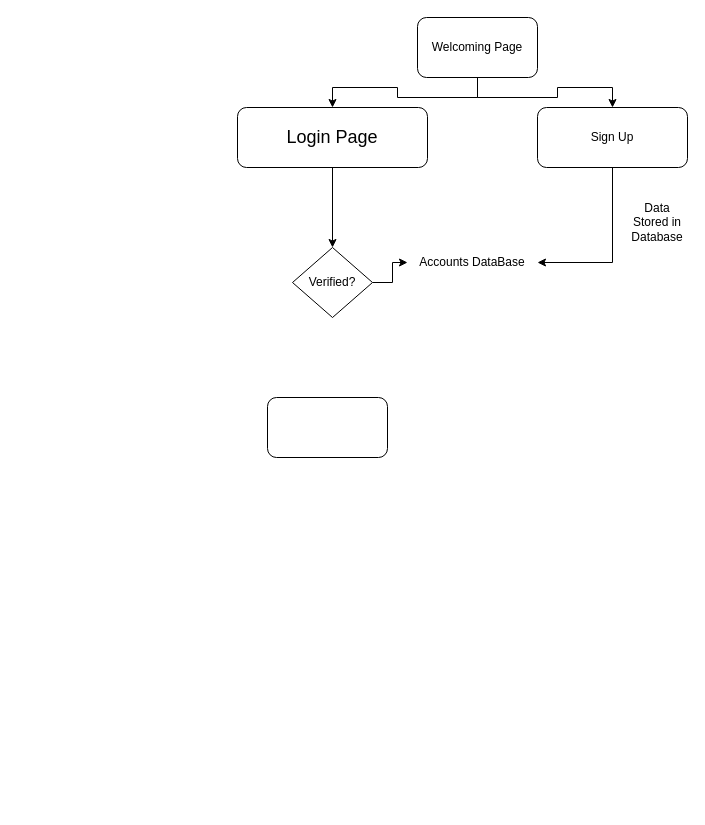
This is FlowChart.drawio from PradeepSahhu/LibraryManagementSystem, a draw.io file, before an edit. Source tidied: cells renumbered, new cells numbered last; positions are measured from the earlier drawing's top-left corner, leaving out a move shared by most shapes. Both pictures are drawn from the tidied source at 100%, with x=0, y=0 at pixel (237, 17).
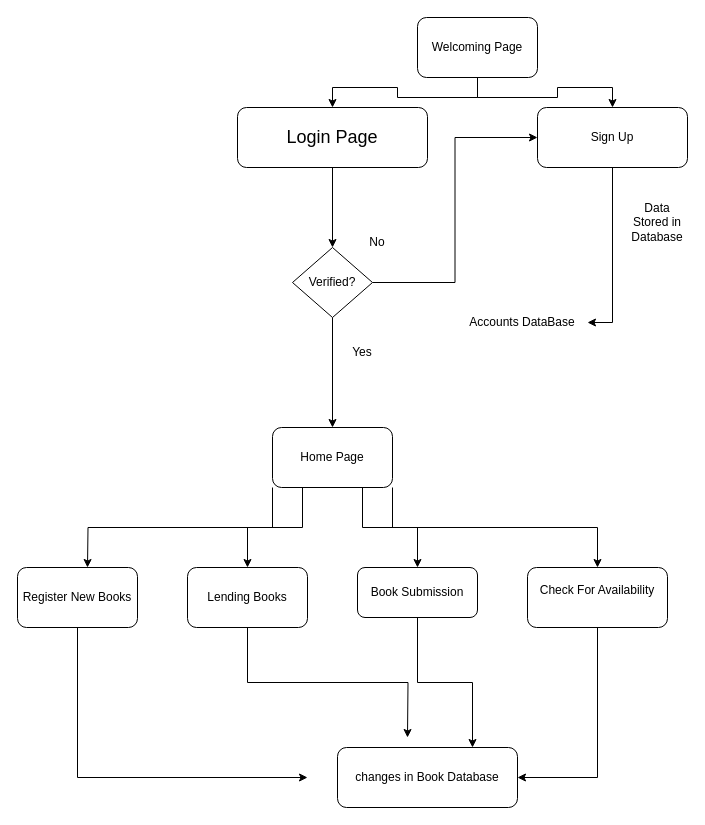
The same page after the edit.

The change refers to these unchanged cells:
```xml
<mxCell id="5" value="Verified?" style="rhombus;whiteSpace=wrap;html=1;" parent="1" vertex="1">
  <mxGeometry x="55" y="230" width="80" height="70" as="geometry" />
</mxCell>
<mxCell id="9" value="Sign Up" style="rounded=1;whiteSpace=wrap;html=1;" parent="1" vertex="1">
  <mxGeometry x="300" y="90" width="150" height="60" as="geometry" />
</mxCell>
```

Change to the diagram source:
```diff
@@
-    <mxCell id="4" style="edgeStyle=orthogonalEdgeStyle;rounded=0;jettySize=auto;html=1;exitX=1;exitY=0.5;exitDx=0;exitDy=0;entryX=0;entryY=0.5;entryDx=0;entryDy=0;" parent="1" edge="1" source="5" target="6">
-      <mxGeometry relative="1" as="geometry" />
-    </mxCell>
+    <mxCell id="14" style="edgeStyle=orthogonalEdgeStyle;rounded=0;jettySize=auto;html=1;exitX=0.5;exitY=1;exitDx=0;exitDy=0;entryX=0.5;entryY=0;entryDx=0;entryDy=0;" parent="1" edge="1" source="5" target="7">
+      <mxGeometry relative="1" as="geometry" />
+    </mxCell>
+    <mxCell id="15" style="edgeStyle=orthogonalEdgeStyle;rounded=0;jettySize=auto;html=1;exitX=1;exitY=0.5;exitDx=0;exitDy=0;entryX=0;entryY=0.5;entryDx=0;entryDy=0;" parent="1" edge="1" source="5" target="9">
+      <mxGeometry relative="1" as="geometry" />
+    </mxCell>
@@
     <mxCell id="6" value="Accounts DataBase" style="text;html=1;align=center;verticalAlign=middle;whiteSpace=wrap;rounded=0;" parent="1" vertex="1">
-      <mxGeometry x="170" y="230" width="130" height="30" as="geometry" />
+      <mxGeometry x="220" y="290" width="130" height="30" as="geometry" />
     </mxCell>
+    <mxCell id="16" style="edgeStyle=orthogonalEdgeStyle;rounded=0;jettySize=auto;html=1;exitX=0;exitY=1;exitDx=0;exitDy=0;" parent="1" edge="1" source="7">
+      <mxGeometry relative="1" as="geometry">
+        <mxPoint x="-150" y="550" as="targetPoint" />
+      </mxGeometry>
+    </mxCell>
+    <mxCell id="17" style="edgeStyle=orthogonalEdgeStyle;rounded=0;jettySize=auto;html=1;exitX=0.25;exitY=1;exitDx=0;exitDy=0;entryX=0.5;entryY=0;entryDx=0;entryDy=0;" parent="1" edge="1" source="7" target="25">
+      <mxGeometry relative="1" as="geometry" />
+    </mxCell>
+    <mxCell id="18" style="edgeStyle=orthogonalEdgeStyle;rounded=0;jettySize=auto;html=1;exitX=0.75;exitY=1;exitDx=0;exitDy=0;entryX=0.5;entryY=0;entryDx=0;entryDy=0;" parent="1" edge="1" source="7" target="27">
+      <mxGeometry relative="1" as="geometry" />
+    </mxCell>
+    <mxCell id="19" style="edgeStyle=orthogonalEdgeStyle;rounded=0;jettySize=auto;html=1;exitX=1;exitY=1;exitDx=0;exitDy=0;entryX=0.5;entryY=0;entryDx=0;entryDy=0;" parent="1" edge="1" source="7" target="29">
+      <mxGeometry relative="1" as="geometry" />
+    </mxCell>
-    <mxCell id="7" style="rounded=1;whiteSpace=wrap;html=1;" parent="1" vertex="1">
-      <mxGeometry x="30" y="380" width="120" height="60" as="geometry" />
+    <mxCell id="7" value="Home Page" style="rounded=1;whiteSpace=wrap;html=1;" parent="1" vertex="1">
+      <mxGeometry x="35" y="410" width="120" height="60" as="geometry" />
     </mxCell>
@@
+    <mxCell id="20" value="Yes" style="text;html=1;align=center;verticalAlign=middle;whiteSpace=wrap;rounded=0;" parent="1" vertex="1">
+      <mxGeometry x="95" y="320" width="60" height="30" as="geometry" />
+    </mxCell>
+    <mxCell id="21" value="No" style="text;html=1;align=center;verticalAlign=middle;whiteSpace=wrap;rounded=0;" parent="1" vertex="1">
+      <mxGeometry x="110" y="210" width="60" height="30" as="geometry" />
+    </mxCell>
+    <mxCell id="22" style="edgeStyle=orthogonalEdgeStyle;rounded=0;jettySize=auto;html=1;" parent="1" edge="1" source="23">
+      <mxGeometry relative="1" as="geometry">
+        <mxPoint x="70" y="760" as="targetPoint" />
+        <Array as="points">
+          <mxPoint x="-160" y="760" />
+        </Array>
+      </mxGeometry>
+    </mxCell>
+    <mxCell id="23" value="Register New Books" style="rounded=1;whiteSpace=wrap;html=1;" parent="1" vertex="1">
+      <mxGeometry x="-220" y="550" width="120" height="60" as="geometry" />
+    </mxCell>
+    <mxCell id="24" style="edgeStyle=orthogonalEdgeStyle;rounded=0;jettySize=auto;html=1;exitX=0.5;exitY=1;exitDx=0;exitDy=0;" parent="1" edge="1" source="25">
+      <mxGeometry relative="1" as="geometry">
+        <mxPoint x="170" y="720" as="targetPoint" />
+      </mxGeometry>
+    </mxCell>
+    <mxCell id="25" value="Lending Books" style="rounded=1;whiteSpace=wrap;html=1;" parent="1" vertex="1">
+      <mxGeometry x="-50" y="550" width="120" height="60" as="geometry" />
+    </mxCell>
+    <mxCell id="26" style="edgeStyle=orthogonalEdgeStyle;rounded=0;jettySize=auto;html=1;exitX=0.5;exitY=1;exitDx=0;exitDy=0;entryX=0.75;entryY=0;entryDx=0;entryDy=0;" parent="1" edge="1" source="27" target="30">
+      <mxGeometry relative="1" as="geometry" />
+    </mxCell>
+    <mxCell id="27" value="Book Submission" style="rounded=1;whiteSpace=wrap;html=1;" parent="1" vertex="1">
+      <mxGeometry x="120" y="550" width="120" height="50" as="geometry" />
+    </mxCell>
+    <mxCell id="28" style="edgeStyle=orthogonalEdgeStyle;rounded=0;jettySize=auto;html=1;exitX=0.5;exitY=1;exitDx=0;exitDy=0;entryX=1;entryY=0.5;entryDx=0;entryDy=0;" parent="1" edge="1" source="29" target="30">
+      <mxGeometry relative="1" as="geometry" />
+    </mxCell>
+    <mxCell id="29" value="Check For Availability&lt;div&gt;&lt;br&gt;&lt;/div&gt;" style="rounded=1;whiteSpace=wrap;html=1;" parent="1" vertex="1">
+      <mxGeometry x="290" y="550" width="140" height="60" as="geometry" />
+    </mxCell>
+    <mxCell id="30" value="changes in Book Database" style="rounded=1;whiteSpace=wrap;html=1;" parent="1" vertex="1">
+      <mxGeometry x="100" y="730" width="180" height="60" as="geometry" />
+    </mxCell>
```
